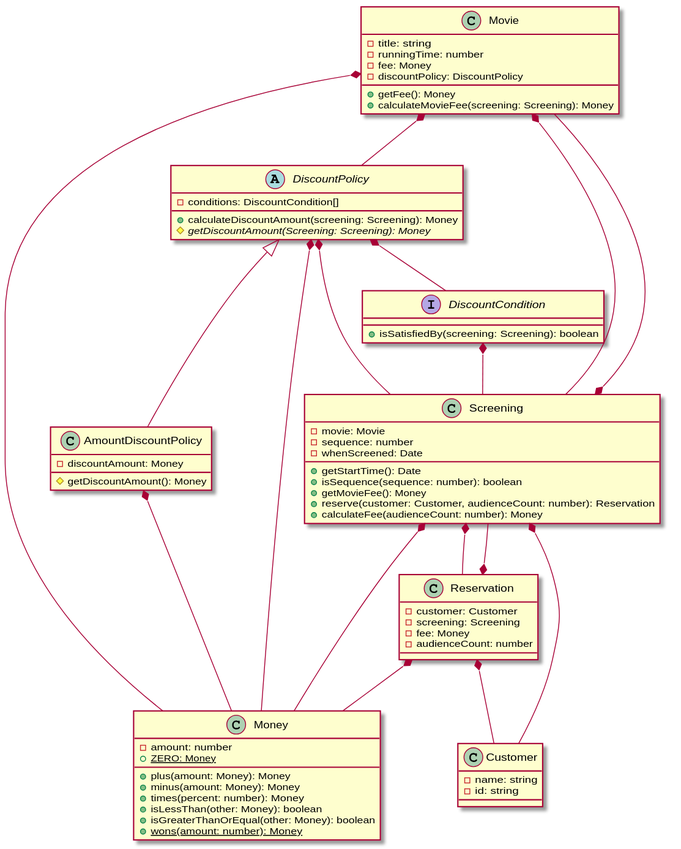
Earlier version of the PlantUML export chapter2/tplant.svg (vomvoru/object-study).
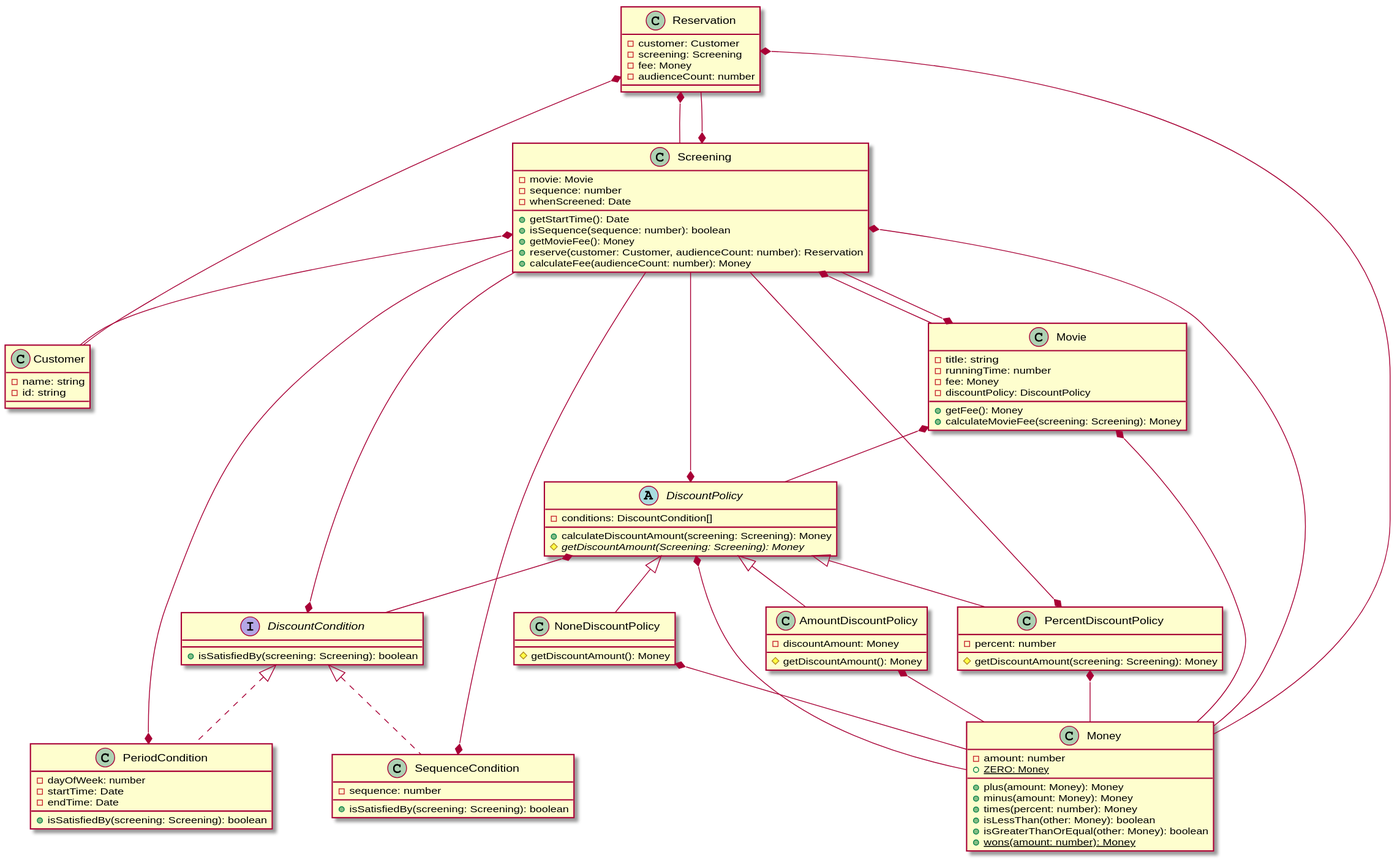
The same diagram one commit later.

The edit, as a diff of the source:
```diff
@@ -1,4 +1,8 @@
 @startuml
+class Customer {
+    -name: string
+    -id: string
+}
 class Money {
     -amount: number
     +plus(amount: Money): Money
@@ -9,6 +13,11 @@
     +{static} ZERO: Money
     +{static} wons(amount: number): Money
 }
+abstract class DiscountPolicy {
+    -conditions: DiscountCondition[]
+    +calculateDiscountAmount(screening: Screening): Money
+    #{abstract} getDiscountAmount(Screening: Screening): Money
+}
 class Movie {
     -title: string
     -runningTime: number
@@ -16,10 +25,6 @@
     -discountPolicy: DiscountPolicy
     +getFee(): Money
     +calculateMovieFee(screening: Screening): Money
-}
-class Customer {
-    -name: string
-    -id: string
 }
 class Reservation {
     -customer: Customer
@@ -40,15 +45,30 @@
 interface DiscountCondition {
     +isSatisfiedBy(screening: Screening): boolean
 }
-abstract class DiscountPolicy {
-    -conditions: DiscountCondition[]
-    +calculateDiscountAmount(screening: Screening): Money
-    #{abstract} getDiscountAmount(Screening: Screening): Money
-}
 class AmountDiscountPolicy extends DiscountPolicy {
     -discountAmount: Money
     #getDiscountAmount(): Money
 }
+class NoneDiscountPolicy extends DiscountPolicy {
+    #getDiscountAmount(): Money
+}
+class PercentDiscountPolicy extends DiscountPolicy {
+    -percent: number
+    #getDiscountAmount(screening: Screening): Money
+}
+class PeriodCondition implements DiscountCondition {
+    -dayOfWeek: number
+    -startTime: Date
+    -endTime: Date
+    +isSatisfiedBy(screening: Screening): boolean
+}
+class SequenceCondition implements DiscountCondition {
+    -sequence: number
+    +isSatisfiedBy(screening: Screening): boolean
+}
+DiscountPolicy *-- DiscountCondition
+DiscountPolicy *-- Screening
+DiscountPolicy *-- Money
 Movie *-- Money
 Movie *-- DiscountPolicy
 Movie *-- Screening
@@ -60,8 +80,10 @@
 Screening *-- Customer
 Screening *-- Reservation
 DiscountCondition *-- Screening
-DiscountPolicy *-- DiscountCondition
-DiscountPolicy *-- Screening
-DiscountPolicy *-- Money
 AmountDiscountPolicy *-- Money
+NoneDiscountPolicy *-- Money
+PercentDiscountPolicy *-- Screening
+PercentDiscountPolicy *-- Money
+PeriodCondition *-- Screening
+SequenceCondition *-- Screening
 @enduml
```
